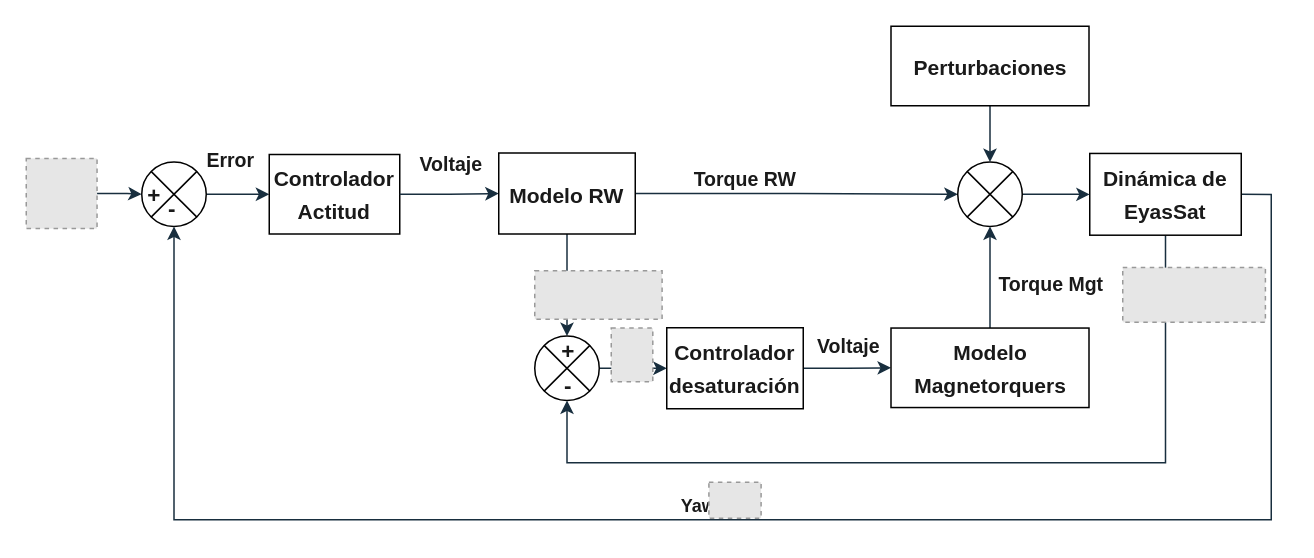
Zagil3112/TDG_ReactionWheelsUnloading keeps this draw.io diagram as Escritura_Plantilla Modificada/imagenes/controladores/Diagrama_controlador.drawio. Above is the earlier version. Source tidied: cells renumbered, new cells numbered last; positions are measured from the earlier drawing's top-left corner, leaving out a move shared by most shapes. Both pictures are drawn from the tidied source at 150%, with x=0, y=0 at pixel (26, 26). Pictures stored in the file or linked from it are replaced by grey dashed boxes.
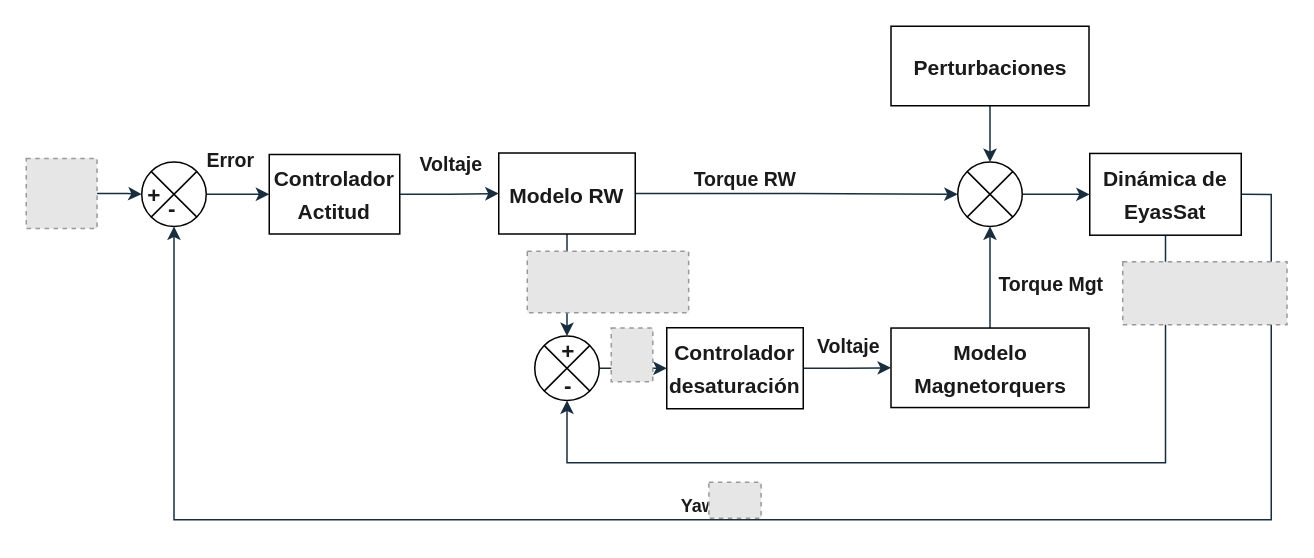
Above is the later version.

Change to the diagram source:
```diff
@@
-    <mxCell id="22" style="fillColor=#E6E6E6;strokeColor=#999999;dashed=1;verticalLabelPosition=bottom;labelBackgroundColor=default;verticalAlign=top;" parent="1" vertex="1">
-      <mxGeometry x="339" y="163" width="84.9" height="32.3" as="geometry" />
-    </mxCell>
@@
-    <mxCell id="25" style="fillColor=#E6E6E6;strokeColor=#999999;dashed=1;verticalLabelPosition=bottom;labelBackgroundColor=default;verticalAlign=top;" parent="1" vertex="1">
-      <mxGeometry x="731" y="160.9" width="95.1" height="36.5" as="geometry" />
-    </mxCell>
@@
+    <mxCell id="38" style="fillColor=#E6E6E6;strokeColor=#999999;dashed=1;verticalLabelPosition=bottom;labelBackgroundColor=default;verticalAlign=top;" parent="1" vertex="1">
+      <mxGeometry x="334" y="150" width="107.6" height="41" as="geometry" />
+    </mxCell>
+    <mxCell id="39" style="fillColor=#E6E6E6;strokeColor=#999999;dashed=1;verticalLabelPosition=bottom;labelBackgroundColor=default;verticalAlign=top;" parent="1" vertex="1">
+      <mxGeometry x="731" y="157" width="109.5" height="42" as="geometry" />
+    </mxCell>
```
